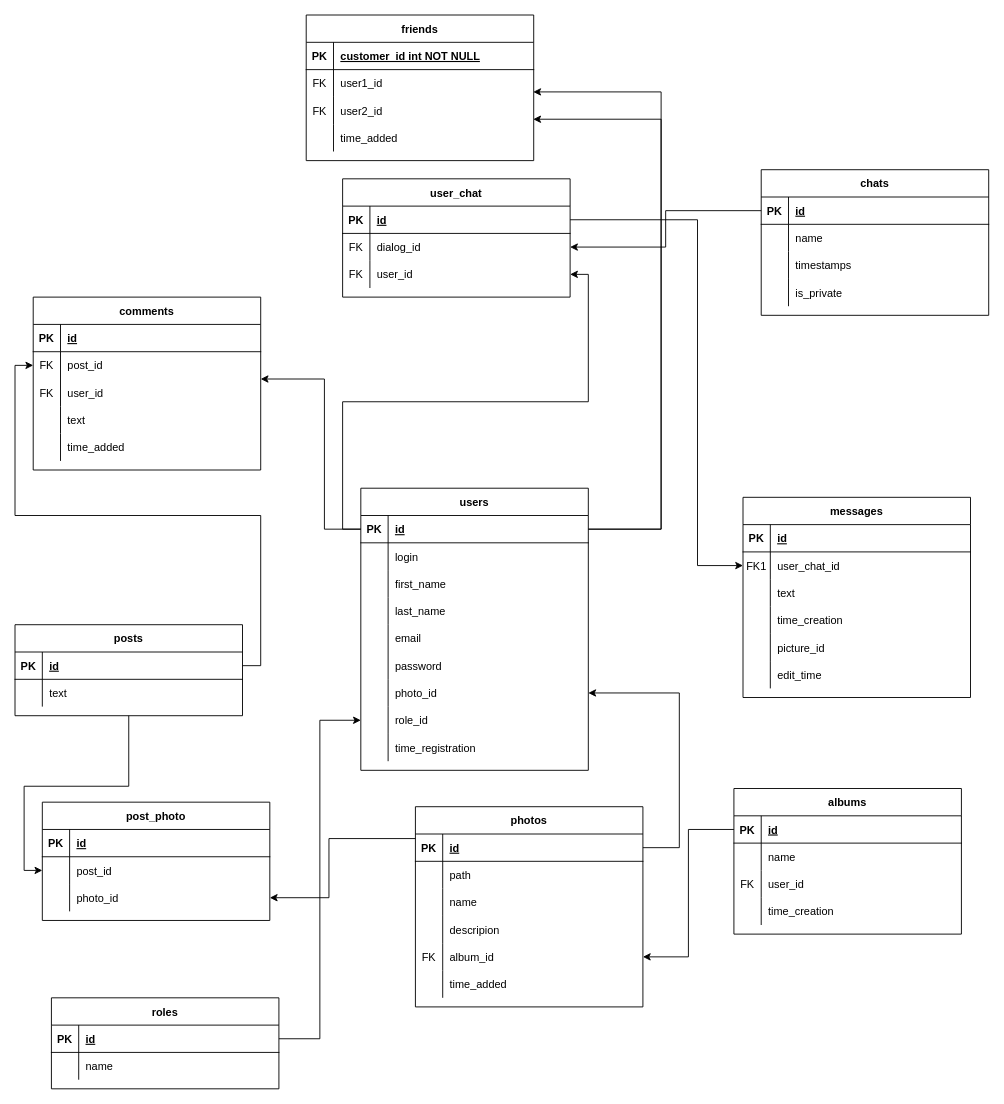
This is DB_structure.drawio from abobandit/diagrams, a draw.io file, before an edit. Source tidied: cells renumbered, new cells numbered last; positions are measured from the earlier drawing's top-left corner, leaving out a move shared by most shapes. Both pictures are drawn from the tidied source at 91%, with x=0, y=0 at pixel (15, 15).
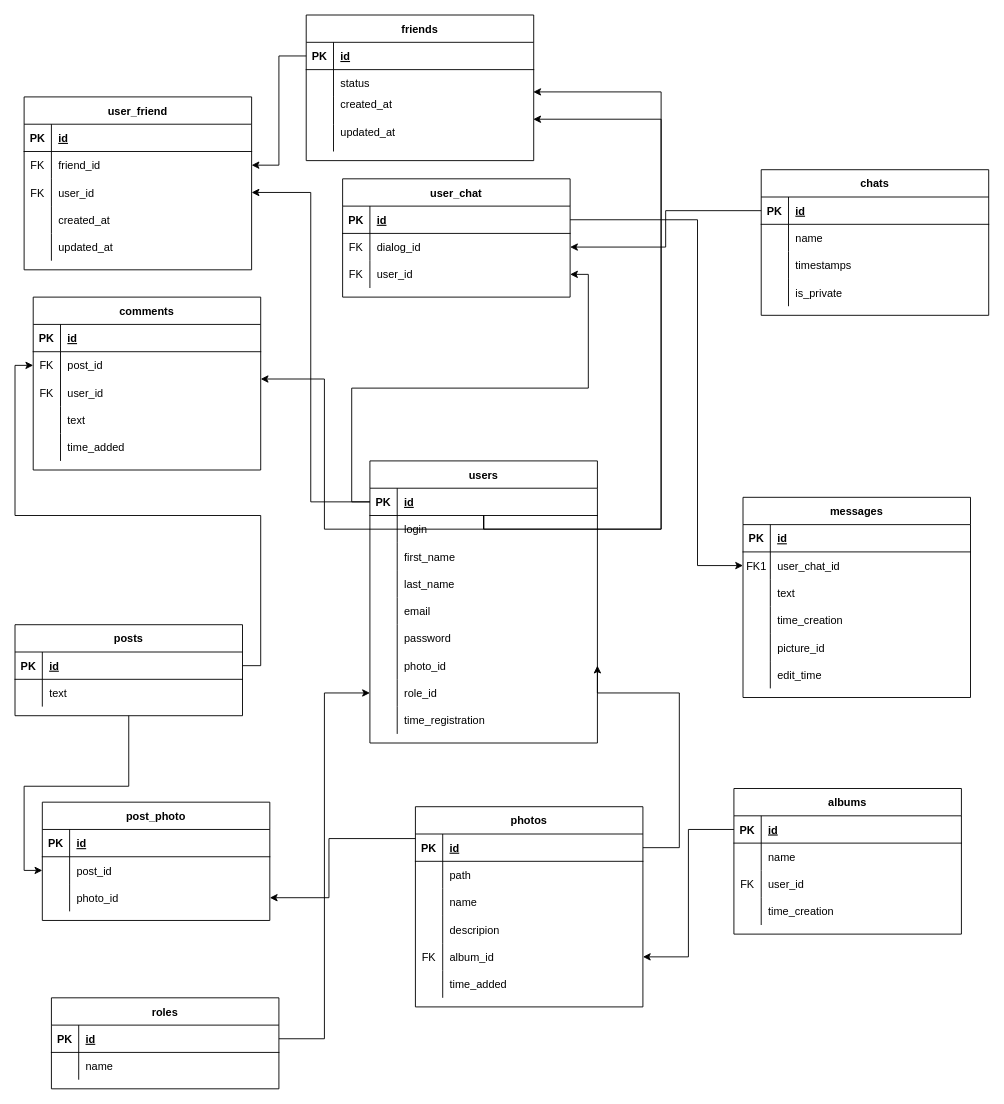
Above is the later version.

The change refers to these unchanged cells:
```xml
<mxCell id="35" style="shape=partialRectangle;fillColor=none;points=[[0,0.5],[1,0.5]];portConstraint=eastwest;top=0;left=0;right=0;bottom=1;" parent="34" vertex="1">
  <mxGeometry y="30" width="250" height="30" as="geometry" />
</mxCell>
<mxCell id="103" value="friends" style="shape=table;startSize=30;childLayout=tableLayout;rowLines=0;fontStyle=1;align=center;" parent="1" vertex="1">
  <mxGeometry x="320" width="250" height="160" as="geometry" />
</mxCell>
<mxCell id="104" style="shape=partialRectangle;fillColor=none;points=[[0,0.5],[1,0.5]];portConstraint=eastwest;top=0;left=0;right=0;bottom=1;" parent="103" vertex="1">
  <mxGeometry y="30" width="250" height="30" as="geometry" />
</mxCell>
<mxCell id="107" style="shape=partialRectangle;fillColor=none;points=[[0,0.5],[1,0.5]];portConstraint=eastwest;top=0;left=0;right=0;bottom=0;" parent="103" vertex="1">
  <mxGeometry y="60" width="250" height="30" as="geometry" />
</mxCell>
```

Change to the diagram source:
```diff
@@
     <mxCell id="34" value="users" style="shape=table;startSize=30;childLayout=tableLayout;rowLines=0;fontStyle=1;align=center;" parent="1" vertex="1">
-      <mxGeometry x="380" y="520" width="250" height="310" as="geometry" />
+      <mxGeometry x="390" y="490" width="250" height="310" as="geometry" />
     </mxCell>
@@
-    <mxCell id="106" value="customer_id int NOT NULL " style="shape=partialRectangle;overflow=hidden;fillColor=none;top=0;left=0;bottom=0;right=0;align=left;spacingLeft=6;fontStyle=5;" parent="104" vertex="1">
+    <mxCell id="106" value="id" style="shape=partialRectangle;overflow=hidden;fillColor=none;top=0;left=0;bottom=0;right=0;align=left;spacingLeft=6;fontStyle=5;" parent="104" vertex="1">
       <mxGeometry x="30" width="220" height="30" as="geometry" />
     </mxCell>
@@
-    <mxCell id="108" value="FK" style="shape=partialRectangle;overflow=hidden;fillColor=none;top=0;left=0;bottom=0;right=0;" parent="107" vertex="1">
+    <mxCell id="108" style="shape=partialRectangle;overflow=hidden;fillColor=none;top=0;left=0;bottom=0;right=0;" parent="107" vertex="1">
       <mxGeometry width="30" height="30" as="geometry" />
     </mxCell>
-    <mxCell id="109" value="user1_id" style="shape=partialRectangle;overflow=hidden;fillColor=none;top=0;left=0;bottom=0;right=0;align=left;spacingLeft=6;" parent="107" vertex="1">
+    <mxCell id="109" value="status" style="shape=partialRectangle;overflow=hidden;fillColor=none;top=0;left=0;bottom=0;right=0;align=left;spacingLeft=6;" parent="107" vertex="1">
       <mxGeometry x="30" width="220" height="30" as="geometry" />
     </mxCell>
-    <mxCell id="110" style="shape=partialRectangle;fillColor=none;points=[[0,0.5],[1,0.5]];portConstraint=eastwest;top=0;left=0;right=0;bottom=0;" parent="103" vertex="1">
-      <mxGeometry y="90" width="250" height="30" as="geometry" />
-    </mxCell>
-    <mxCell id="111" value="FK" style="shape=partialRectangle;overflow=hidden;fillColor=none;top=0;left=0;bottom=0;right=0;" parent="110" vertex="1">
-      <mxGeometry width="30" height="30" as="geometry" />
-    </mxCell>
-    <mxCell id="112" value="user2_id" style="shape=partialRectangle;overflow=hidden;fillColor=none;top=0;left=0;bottom=0;right=0;align=left;spacingLeft=6;" parent="110" vertex="1">
-      <mxGeometry x="30" width="220" height="30" as="geometry" />
-    </mxCell>
     <mxCell id="113" style="shape=partialRectangle;fillColor=none;top=0;left=0;right=0;bottom=0;" parent="103" vertex="1">
-      <mxGeometry y="120" width="250" height="30" as="geometry" />
+      <mxGeometry y="90" width="250" height="30" as="geometry" />
     </mxCell>
@@
-    <mxCell id="115" value="time_added" style="shape=partialRectangle;overflow=hidden;fillColor=none;top=0;left=0;bottom=0;right=0;align=left;spacingLeft=6;" parent="113" vertex="1">
+    <mxCell id="115" value="created_at&#10;" style="shape=partialRectangle;overflow=hidden;fillColor=none;top=0;left=0;bottom=0;right=0;align=left;spacingLeft=6;" parent="113" vertex="1">
       <mxGeometry x="30" width="220" height="30" as="geometry" />
     </mxCell>
+    <mxCell id="169" style="shape=partialRectangle;fillColor=none;top=0;left=0;right=0;bottom=0;" parent="103" vertex="1">
+      <mxGeometry y="120" width="250" height="30" as="geometry" />
+    </mxCell>
+    <mxCell id="170" value="    " style="shape=partialRectangle;overflow=hidden;fillColor=none;top=0;left=0;bottom=0;right=0;" parent="169" vertex="1">
+      <mxGeometry width="30" height="30" as="geometry" />
+    </mxCell>
+    <mxCell id="171" value="updated_at&#10;" style="shape=partialRectangle;overflow=hidden;fillColor=none;top=0;left=0;bottom=0;right=0;align=left;spacingLeft=6;" parent="169" vertex="1">
+      <mxGeometry x="30" width="220" height="30" as="geometry" />
+    </mxCell>
@@
-    <mxCell id="162" style="edgeStyle=orthogonalEdgeStyle;rounded=0;jettySize=auto;html=1;entryX=0.998;entryY=0.817;entryDx=0;entryDy=0;entryPerimeter=0;" parent="1" edge="1" source="35" target="110">
+    <mxCell id="162" style="edgeStyle=orthogonalEdgeStyle;rounded=0;jettySize=auto;html=1;entryX=0.998;entryY=0.817;entryDx=0;entryDy=0;entryPerimeter=0;" parent="1" edge="1" source="35">
       <mxGeometry relative="1" as="geometry">
+        <mxPoint x="569.5" y="114.5" as="targetPoint" />
         <Array as="points">
           <mxPoint x="710" y="565" />
           <mxPoint x="710" y="115" />
         </Array>
       </mxGeometry>
     </mxCell>
@@
+    <mxCell id="172" value="user_friend" style="shape=table;startSize=30;childLayout=tableLayout;rowLines=0;fontStyle=1;align=center;" parent="1" vertex="1">
+      <mxGeometry x="10" y="90" width="250" height="190" as="geometry" />
+    </mxCell>
+    <mxCell id="173" style="shape=partialRectangle;fillColor=none;top=0;left=0;right=0;bottom=1;" parent="172" vertex="1">
+      <mxGeometry y="30" width="250" height="30" as="geometry" />
+    </mxCell>
+    <mxCell id="174" value="PK" style="shape=partialRectangle;overflow=hidden;fillColor=none;top=0;left=0;bottom=0;right=0;fontStyle=1;" parent="173" vertex="1">
+      <mxGeometry width="30" height="30" as="geometry" />
+    </mxCell>
+    <mxCell id="175" value="id" style="shape=partialRectangle;overflow=hidden;fillColor=none;top=0;left=0;bottom=0;right=0;align=left;spacingLeft=6;fontStyle=5;" parent="173" vertex="1">
+      <mxGeometry x="30" width="220" height="30" as="geometry" />
+    </mxCell>
+    <mxCell id="176" style="shape=partialRectangle;fillColor=none;points=[[0,0.5],[1,0.5]];portConstraint=eastwest;top=0;left=0;right=0;bottom=0;" parent="172" vertex="1">
+      <mxGeometry y="60" width="250" height="30" as="geometry" />
+    </mxCell>
+    <mxCell id="177" value="FK" style="shape=partialRectangle;overflow=hidden;fillColor=none;top=0;left=0;bottom=0;right=0;" parent="176" vertex="1">
+      <mxGeometry width="30" height="30" as="geometry" />
+    </mxCell>
+    <mxCell id="178" value="friend_id" style="shape=partialRectangle;overflow=hidden;fillColor=none;top=0;left=0;bottom=0;right=0;align=left;spacingLeft=6;" parent="176" vertex="1">
+      <mxGeometry x="30" width="220" height="30" as="geometry" />
+    </mxCell>
+    <mxCell id="110" style="shape=partialRectangle;fillColor=none;points=[[0,0.5],[1,0.5]];portConstraint=eastwest;top=0;left=0;right=0;bottom=0;" parent="172" vertex="1">
+      <mxGeometry y="90" width="250" height="30" as="geometry" />
+    </mxCell>
+    <mxCell id="179" value="FK" style="shape=partialRectangle;overflow=hidden;fillColor=none;top=0;left=0;bottom=0;right=0;" parent="110" vertex="1">
+      <mxGeometry width="30" height="30" as="geometry" />
+    </mxCell>
+    <mxCell id="180" value="user_id" style="shape=partialRectangle;overflow=hidden;fillColor=none;top=0;left=0;bottom=0;right=0;align=left;spacingLeft=6;" parent="110" vertex="1">
+      <mxGeometry x="30" width="220" height="30" as="geometry" />
+    </mxCell>
+    <mxCell id="181" style="shape=partialRectangle;fillColor=none;top=0;left=0;right=0;bottom=0;" parent="172" vertex="1">
+      <mxGeometry y="120" width="250" height="30" as="geometry" />
+    </mxCell>
+    <mxCell id="182" style="shape=partialRectangle;overflow=hidden;fillColor=none;top=0;left=0;bottom=0;right=0;" parent="181" vertex="1">
+      <mxGeometry width="30" height="30" as="geometry" />
+    </mxCell>
+    <mxCell id="183" value="created_at" style="shape=partialRectangle;overflow=hidden;fillColor=none;top=0;left=0;bottom=0;right=0;align=left;spacingLeft=6;" parent="181" vertex="1">
+      <mxGeometry x="30" width="220" height="30" as="geometry" />
+    </mxCell>
+    <mxCell id="184" style="shape=partialRectangle;fillColor=none;top=0;left=0;right=0;bottom=0;" parent="172" vertex="1">
+      <mxGeometry y="150" width="250" height="30" as="geometry" />
+    </mxCell>
+    <mxCell id="185" style="shape=partialRectangle;overflow=hidden;fillColor=none;top=0;left=0;bottom=0;right=0;" parent="184" vertex="1">
+      <mxGeometry width="30" height="30" as="geometry" />
+    </mxCell>
+    <mxCell id="186" value="updated_at" style="shape=partialRectangle;overflow=hidden;fillColor=none;top=0;left=0;bottom=0;right=0;align=left;spacingLeft=6;" parent="184" vertex="1">
+      <mxGeometry x="30" width="220" height="30" as="geometry" />
+    </mxCell>
+    <mxCell id="187" style="edgeStyle=orthogonalEdgeStyle;rounded=0;jettySize=auto;html=1;" parent="1" edge="1" source="104" target="176">
+      <mxGeometry relative="1" as="geometry" />
+    </mxCell>
+    <mxCell id="188" style="edgeStyle=orthogonalEdgeStyle;rounded=0;jettySize=auto;html=1;" parent="1" edge="1" source="35" target="110">
+      <mxGeometry relative="1" as="geometry" />
+    </mxCell>
```
